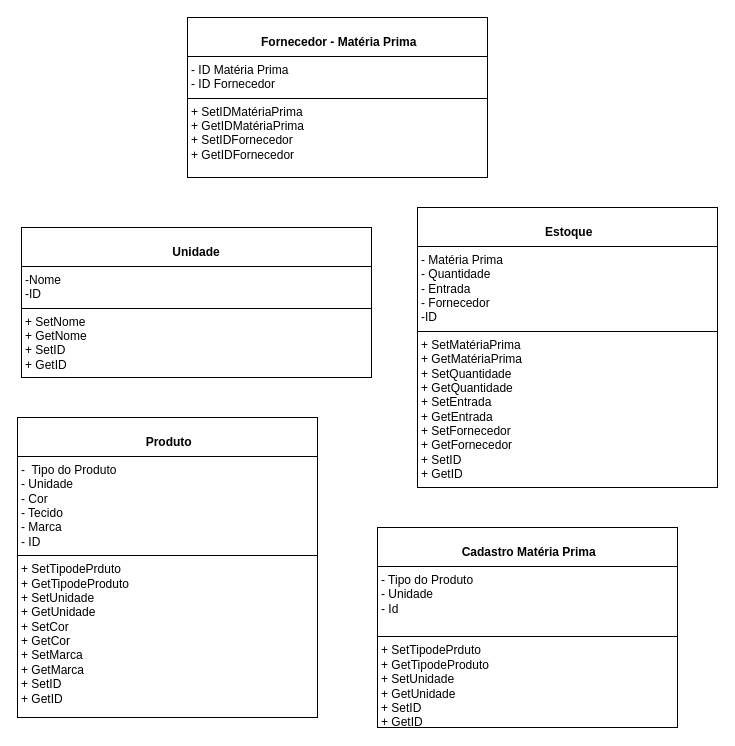
The draw.io diagram page "Página-2" (2 of 3) of DOC/classes.drawio in rafaelareisilva/avatar.app, before the edit. Source tidied: cells renumbered, new cells numbered last; positions are measured from the earlier drawing's top-left corner, leaving out a move shared by most shapes. Both pictures are drawn from the tidied source at 100%, with x=0, y=0 at pixel (17, 17).
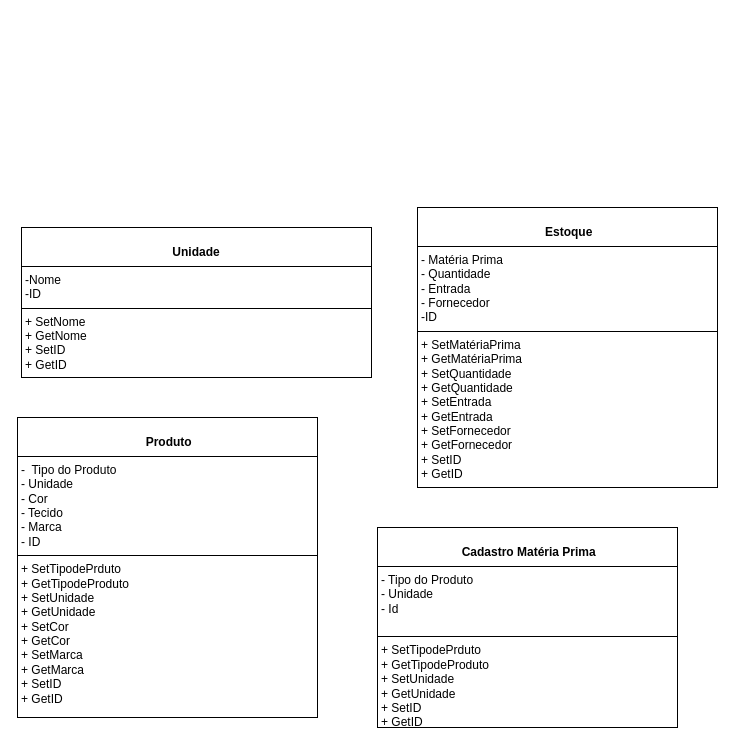
The same page after the edit.

What changed in the source:
```diff
@@
 <mxGraphModel>
   <root>
     <mxCell id="0" />
     <mxCell id="1" parent="0" />
     <mxCell id="2" value="&lt;p style=&quot;margin:0px;margin-top:4px;text-align:center;&quot;&gt;&lt;br&gt;&lt;b&gt;Unidade&lt;/b&gt;&lt;/p&gt;&lt;hr size=&quot;1&quot; style=&quot;border-style:solid;&quot;&gt;&lt;p style=&quot;margin:0px;margin-left:4px;&quot;&gt;-Nome&lt;/p&gt;&lt;p style=&quot;margin:0px;margin-left:4px;&quot;&gt;-ID&lt;/p&gt;&lt;hr size=&quot;1&quot; style=&quot;border-style:solid;&quot;&gt;&lt;p style=&quot;margin:0px;margin-left:4px;&quot;&gt;+ SetNome &lt;br&gt;+ GetNome&lt;/p&gt;&lt;p style=&quot;margin: 0px 0px 0px 4px;&quot;&gt;&lt;span style=&quot;background-color: initial;&quot;&gt;+ SetID&lt;/span&gt;&lt;/p&gt;&lt;p style=&quot;margin:0px;margin-left:4px;&quot;&gt;&lt;/p&gt;&lt;p style=&quot;margin: 0px 0px 0px 4px;&quot;&gt;&lt;span style=&quot;background-color: initial;&quot;&gt;+ GetID&lt;/span&gt;&lt;/p&gt;&lt;p style=&quot;margin:0px;margin-left:4px;&quot;&gt;&lt;br&gt;&lt;/p&gt;&lt;p style=&quot;margin:0px;margin-left:4px;&quot;&gt;&lt;br&gt;&lt;/p&gt;&lt;p style=&quot;margin:0px;margin-left:4px;&quot;&gt;&lt;br&gt;&lt;/p&gt;&lt;p style=&quot;margin:0px;margin-left:4px;&quot;&gt;&lt;br&gt;&lt;/p&gt;&lt;p style=&quot;margin:0px;margin-left:4px;&quot;&gt;&lt;br&gt;&lt;/p&gt;&lt;p style=&quot;margin:0px;margin-left:4px;&quot;&gt;&lt;br&gt;&lt;/p&gt;&lt;p style=&quot;margin:0px;margin-left:4px;&quot;&gt;&lt;br&gt;&lt;/p&gt;" style="verticalAlign=top;align=left;overflow=fill;html=1;whiteSpace=wrap;" parent="1" vertex="1">
       <mxGeometry x="4" y="210" width="350" height="150" as="geometry" />
     </mxCell>
     <mxCell id="3" value="&lt;p style=&quot;margin:0px;margin-top:4px;text-align:center;&quot;&gt;&lt;br&gt;&lt;b&gt;&amp;nbsp;Estoque&lt;/b&gt;&lt;/p&gt;&lt;hr size=&quot;1&quot; style=&quot;border-style:solid;&quot;&gt;&lt;p style=&quot;margin:0px;margin-left:4px;&quot;&gt;- Matéria Prima&lt;/p&gt;&lt;p style=&quot;margin:0px;margin-left:4px;&quot;&gt;- Quantidade&lt;/p&gt;&lt;p style=&quot;margin:0px;margin-left:4px;&quot;&gt;- Entrada&lt;/p&gt;&lt;p style=&quot;margin:0px;margin-left:4px;&quot;&gt;- Fornecedor&lt;/p&gt;&lt;p style=&quot;margin:0px;margin-left:4px;&quot;&gt;-ID&lt;/p&gt;&lt;hr size=&quot;1&quot; style=&quot;border-style:solid;&quot;&gt;&lt;p style=&quot;margin:0px;margin-left:4px;&quot;&gt;+ SetMatériaPrima&lt;br&gt;+ GetMatériaPrima&lt;/p&gt;&lt;p style=&quot;margin:0px;margin-left:4px;&quot;&gt;+ SetQuantidade&lt;/p&gt;&lt;p style=&quot;margin:0px;margin-left:4px;&quot;&gt;+ GetQuantidade&lt;/p&gt;&lt;p style=&quot;margin: 0px 0px 0px 4px;&quot;&gt;+ SetEntrada&lt;br&gt;+ GetEntrada&lt;/p&gt;&lt;p style=&quot;margin: 0px 0px 0px 4px;&quot;&gt;+ SetFornecedor&lt;/p&gt;&lt;p style=&quot;margin: 0px 0px 0px 4px;&quot;&gt;+ GetFornecedor&lt;/p&gt;&lt;p style=&quot;margin: 0px 0px 0px 4px;&quot;&gt;&lt;span style=&quot;background-color: initial;&quot;&gt;+ SetID&lt;/span&gt;&lt;/p&gt;&lt;p style=&quot;margin: 0px 0px 0px 4px;&quot;&gt;&lt;span style=&quot;background-color: initial;&quot;&gt;+ GetID&lt;/span&gt;&lt;/p&gt;&lt;p style=&quot;margin: 0px 0px 0px 4px;&quot;&gt;&lt;/p&gt;&lt;p style=&quot;margin: 0px 0px 0px 4px;&quot;&gt;&lt;br&gt;&lt;/p&gt;&lt;p&gt;&lt;/p&gt;&lt;p style=&quot;forced-color-adjust: none; margin: 0px 0px 0px 4px;&quot;&gt;&lt;font style=&quot;forced-color-adjust: none; vertical-align: inherit;&quot;&gt;&lt;font style=&quot;forced-color-adjust: none; vertical-align: inherit;&quot;&gt;&lt;/font&gt;&lt;/font&gt;&lt;/p&gt;&lt;p style=&quot;margin:0px;margin-left:4px;&quot;&gt;&lt;/p&gt;&lt;p style=&quot;margin: 0px 0px 0px 4px;&quot;&gt;&lt;br&gt;&lt;/p&gt;&lt;p style=&quot;margin:0px;margin-left:4px;&quot;&gt;&lt;br&gt;&lt;/p&gt;&lt;p style=&quot;margin:0px;margin-left:4px;&quot;&gt;&lt;br&gt;&lt;/p&gt;&lt;p style=&quot;margin:0px;margin-left:4px;&quot;&gt;&lt;br&gt;&lt;/p&gt;&lt;p style=&quot;margin:0px;margin-left:4px;&quot;&gt;&lt;br&gt;&lt;/p&gt;&lt;p style=&quot;margin:0px;margin-left:4px;&quot;&gt;&lt;br&gt;&lt;/p&gt;&lt;p style=&quot;margin:0px;margin-left:4px;&quot;&gt;&lt;br&gt;&lt;/p&gt;&lt;p style=&quot;margin:0px;margin-left:4px;&quot;&gt;&lt;br&gt;&lt;/p&gt;&lt;p style=&quot;margin:0px;margin-left:4px;&quot;&gt;&lt;br&gt;&lt;/p&gt;" style="verticalAlign=top;align=left;overflow=fill;html=1;whiteSpace=wrap;" parent="1" vertex="1">
       <mxGeometry x="400" y="190" width="300" height="280" as="geometry" />
     </mxCell>
     <mxCell id="4" value="&lt;p style=&quot;margin:0px;margin-top:4px;text-align:center;&quot;&gt;&lt;br&gt;&lt;b&gt;&amp;nbsp;Produto&lt;/b&gt;&lt;/p&gt;&lt;hr size=&quot;1&quot; style=&quot;border-style:solid;&quot;&gt;&lt;p style=&quot;margin:0px;margin-left:4px;&quot;&gt;-&amp;nbsp; Tipo do Produto&lt;/p&gt;&lt;p style=&quot;margin:0px;margin-left:4px;&quot;&gt;- Unidade&lt;/p&gt;&lt;p style=&quot;margin:0px;margin-left:4px;&quot;&gt;- Cor&amp;nbsp;&lt;/p&gt;&lt;p style=&quot;margin:0px;margin-left:4px;&quot;&gt;- Tecido&lt;/p&gt;&lt;p style=&quot;margin:0px;margin-left:4px;&quot;&gt;- Marca&lt;/p&gt;&lt;p style=&quot;margin:0px;margin-left:4px;&quot;&gt;- ID&lt;/p&gt;&lt;hr size=&quot;1&quot; style=&quot;border-style:solid;&quot;&gt;&lt;p style=&quot;margin:0px;margin-left:4px;&quot;&gt;+ SetTipodePrduto&lt;br&gt;+ GetTipodeProduto&lt;/p&gt;&lt;p style=&quot;margin:0px;margin-left:4px;&quot;&gt;+ SetUnidade&lt;/p&gt;&lt;p style=&quot;margin:0px;margin-left:4px;&quot;&gt;+ Get&lt;span style=&quot;background-color: initial;&quot;&gt;Unidade&lt;/span&gt;&lt;/p&gt;&lt;p style=&quot;margin: 0px 0px 0px 4px;&quot;&gt;+ SetCor&lt;br&gt;+ Get&lt;span style=&quot;background-color: initial;&quot;&gt;Cor&lt;/span&gt;&lt;/p&gt;&lt;p style=&quot;margin: 0px 0px 0px 4px;&quot;&gt;+ SetMarca&lt;/p&gt;&lt;p style=&quot;margin: 0px 0px 0px 4px;&quot;&gt;+ Get&lt;span style=&quot;background-color: initial;&quot;&gt;Marca&lt;/span&gt;&lt;/p&gt;&lt;p style=&quot;margin: 0px 0px 0px 4px;&quot;&gt;&lt;span style=&quot;background-color: initial;&quot;&gt;+ SetID&lt;/span&gt;&lt;/p&gt;&lt;p style=&quot;margin: 0px 0px 0px 4px;&quot;&gt;&lt;span style=&quot;background-color: initial;&quot;&gt;+ GetID&lt;/span&gt;&lt;/p&gt;&lt;p style=&quot;margin:0px;margin-left:4px;&quot;&gt;&lt;/p&gt;&lt;p style=&quot;margin: 0px 0px 0px 4px;&quot;&gt;&lt;br&gt;&lt;/p&gt;&lt;p style=&quot;margin:0px;margin-left:4px;&quot;&gt;&lt;br&gt;&lt;/p&gt;&lt;p style=&quot;margin:0px;margin-left:4px;&quot;&gt;&lt;br&gt;&lt;/p&gt;&lt;p style=&quot;margin:0px;margin-left:4px;&quot;&gt;&lt;br&gt;&lt;/p&gt;&lt;p style=&quot;margin:0px;margin-left:4px;&quot;&gt;&lt;br&gt;&lt;/p&gt;&lt;p style=&quot;margin:0px;margin-left:4px;&quot;&gt;&lt;br&gt;&lt;/p&gt;&lt;p style=&quot;margin:0px;margin-left:4px;&quot;&gt;&lt;br&gt;&lt;/p&gt;&lt;p style=&quot;margin:0px;margin-left:4px;&quot;&gt;&lt;br&gt;&lt;/p&gt;&lt;p style=&quot;margin:0px;margin-left:4px;&quot;&gt;&lt;br&gt;&lt;/p&gt;" style="verticalAlign=top;align=left;overflow=fill;html=1;whiteSpace=wrap;" parent="1" vertex="1">
       <mxGeometry y="400" width="300" height="300" as="geometry" />
     </mxCell>
     <mxCell id="5" value="&lt;p style=&quot;margin:0px;margin-top:4px;text-align:center;&quot;&gt;&lt;br&gt;&lt;b&gt;&amp;nbsp;Cadastro Matéria Prima&lt;/b&gt;&lt;/p&gt;&lt;hr size=&quot;1&quot; style=&quot;border-style:solid;&quot;&gt;&lt;p style=&quot;margin:0px;margin-left:4px;&quot;&gt;- Tipo do Produto&lt;/p&gt;&lt;p style=&quot;margin:0px;margin-left:4px;&quot;&gt;- Unidade&lt;/p&gt;&lt;p style=&quot;margin:0px;margin-left:4px;&quot;&gt;- Id&lt;/p&gt;&lt;p style=&quot;margin:0px;margin-left:4px;&quot;&gt;&lt;br&gt;&lt;/p&gt;&lt;hr size=&quot;1&quot; style=&quot;border-style:solid;&quot;&gt;&lt;p style=&quot;margin:0px;margin-left:4px;&quot;&gt;+ SetTipodePrduto&lt;br&gt;+ GetTipodeProduto&lt;/p&gt;&lt;p style=&quot;margin:0px;margin-left:4px;&quot;&gt;+ SetUnidade&lt;/p&gt;&lt;p style=&quot;margin:0px;margin-left:4px;&quot;&gt;+ Get&lt;span style=&quot;background-color: initial;&quot;&gt;Unidade&lt;/span&gt;&lt;/p&gt;&lt;p style=&quot;margin: 0px 0px 0px 4px;&quot;&gt;&lt;span style=&quot;background-color: initial;&quot;&gt;+ SetID&lt;/span&gt;&lt;/p&gt;&lt;p style=&quot;margin: 0px 0px 0px 4px;&quot;&gt;&lt;span style=&quot;background-color: initial;&quot;&gt;+ GetID&lt;/span&gt;&lt;/p&gt;&lt;p style=&quot;margin:0px;margin-left:4px;&quot;&gt;&lt;/p&gt;&lt;p style=&quot;margin: 0px 0px 0px 4px;&quot;&gt;&lt;br&gt;&lt;/p&gt;&lt;p&gt;&lt;/p&gt;&lt;p style=&quot;forced-color-adjust: none; margin: 0px 0px 0px 4px;&quot;&gt;&lt;font style=&quot;forced-color-adjust: none; vertical-align: inherit;&quot;&gt;&lt;font style=&quot;forced-color-adjust: none; vertical-align: inherit;&quot;&gt;&lt;/font&gt;&lt;/font&gt;&lt;/p&gt;&lt;p style=&quot;margin: 0px 0px 0px 4px;&quot;&gt;&lt;br&gt;&lt;/p&gt;&lt;p style=&quot;margin:0px;margin-left:4px;&quot;&gt;&lt;br&gt;&lt;/p&gt;&lt;p style=&quot;margin:0px;margin-left:4px;&quot;&gt;&lt;br&gt;&lt;/p&gt;&lt;p style=&quot;margin:0px;margin-left:4px;&quot;&gt;&lt;br&gt;&lt;/p&gt;&lt;p style=&quot;margin:0px;margin-left:4px;&quot;&gt;&lt;br&gt;&lt;/p&gt;&lt;p style=&quot;margin:0px;margin-left:4px;&quot;&gt;&lt;br&gt;&lt;/p&gt;&lt;p style=&quot;margin:0px;margin-left:4px;&quot;&gt;&lt;br&gt;&lt;/p&gt;&lt;p style=&quot;margin:0px;margin-left:4px;&quot;&gt;&lt;br&gt;&lt;/p&gt;&lt;p style=&quot;margin:0px;margin-left:4px;&quot;&gt;&lt;br&gt;&lt;/p&gt;" style="verticalAlign=top;align=left;overflow=fill;html=1;whiteSpace=wrap;" parent="1" vertex="1">
       <mxGeometry x="360" y="510" width="300" height="200" as="geometry" />
     </mxCell>
-    <mxCell id="6" value="&lt;p style=&quot;margin:0px;margin-top:4px;text-align:center;&quot;&gt;&lt;br&gt;&lt;b&gt;&amp;nbsp;Fornecedor - Matéria Prima&lt;/b&gt;&lt;/p&gt;&lt;hr size=&quot;1&quot; style=&quot;border-style:solid;&quot;&gt;&lt;p style=&quot;margin:0px;margin-left:4px;&quot;&gt;- ID Matéria Prima&lt;/p&gt;&lt;p style=&quot;margin:0px;margin-left:4px;&quot;&gt;- ID Fornecedor&lt;/p&gt;&lt;hr size=&quot;1&quot; style=&quot;border-style:solid;&quot;&gt;&lt;p style=&quot;margin:0px;margin-left:4px;&quot;&gt;+ SetIDMatériaPrima&lt;br&gt;+ GetIDMatériaPrima&lt;/p&gt;&lt;p style=&quot;margin: 0px 0px 0px 4px;&quot;&gt;+ SetIDFornecedor&lt;/p&gt;&lt;p style=&quot;margin: 0px 0px 0px 4px;&quot;&gt;+ GetIDFornecedor&lt;/p&gt;&lt;p style=&quot;margin:0px;margin-left:4px;&quot;&gt;&lt;/p&gt;&lt;p style=&quot;margin: 0px 0px 0px 4px;&quot;&gt;&lt;br&gt;&lt;/p&gt;&lt;p style=&quot;margin:0px;margin-left:4px;&quot;&gt;&lt;br&gt;&lt;/p&gt;&lt;p style=&quot;margin:0px;margin-left:4px;&quot;&gt;&lt;br&gt;&lt;/p&gt;&lt;p style=&quot;margin:0px;margin-left:4px;&quot;&gt;&lt;br&gt;&lt;/p&gt;&lt;p style=&quot;margin:0px;margin-left:4px;&quot;&gt;&lt;br&gt;&lt;/p&gt;&lt;p style=&quot;margin:0px;margin-left:4px;&quot;&gt;&lt;br&gt;&lt;/p&gt;&lt;p style=&quot;margin:0px;margin-left:4px;&quot;&gt;&lt;br&gt;&lt;/p&gt;&lt;p style=&quot;margin:0px;margin-left:4px;&quot;&gt;&lt;br&gt;&lt;/p&gt;&lt;p style=&quot;margin:0px;margin-left:4px;&quot;&gt;&lt;br&gt;&lt;/p&gt;" style="verticalAlign=top;align=left;overflow=fill;html=1;whiteSpace=wrap;" parent="1" vertex="1">
-      <mxGeometry x="170" width="300" height="160" as="geometry" />
-    </mxCell>
   </root>
 </mxGraphModel>
```
